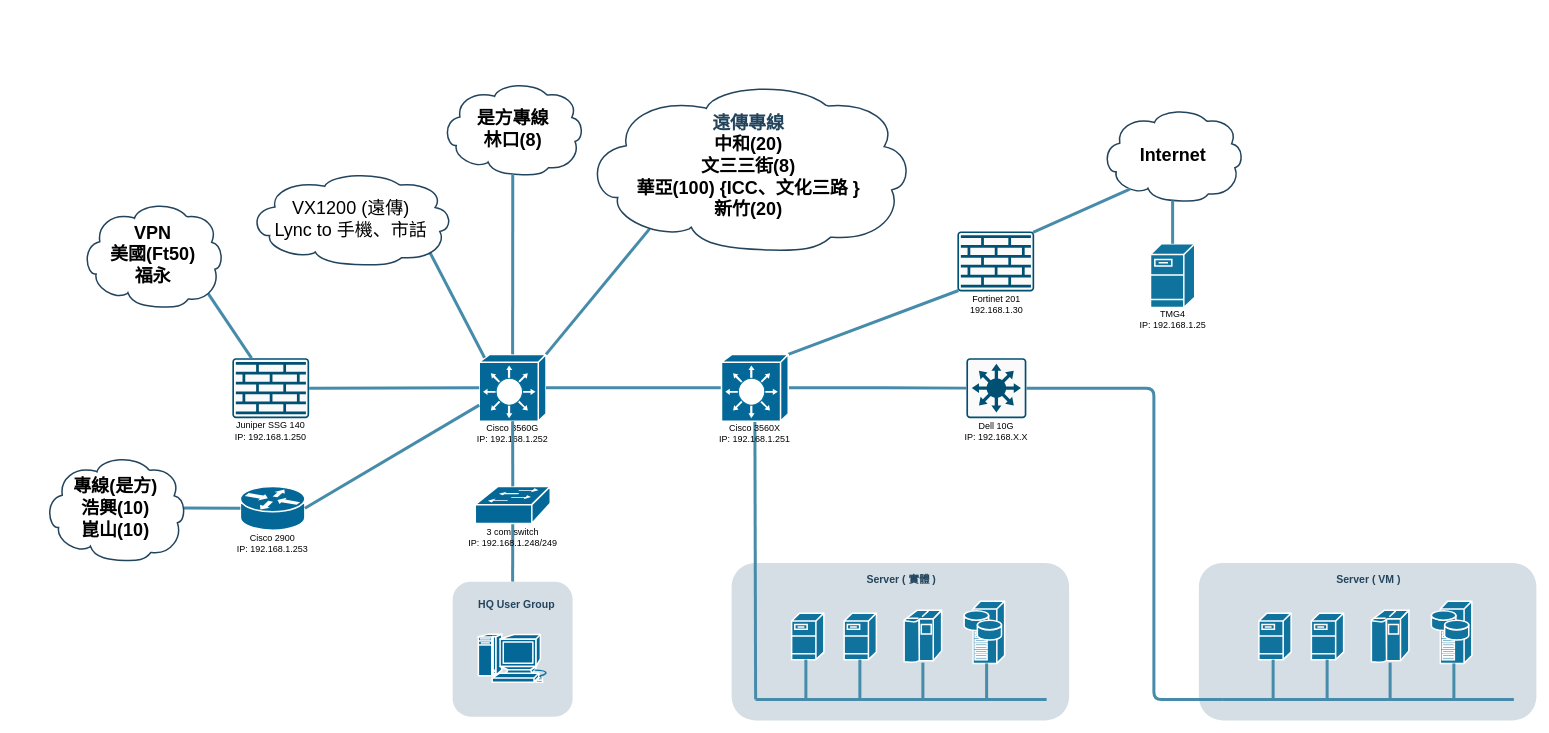
The draw.io diagram HQ.drawio in KevinKuo2519/AI-Prpgram, before the edit. Source tidied: cells renumbered, new cells numbered last; positions are measured from the earlier drawing's top-left corner, leaving out a move shared by most shapes. Both pictures are drawn from the tidied source at 75%, with x=0, y=0 at pixel (44, 81).
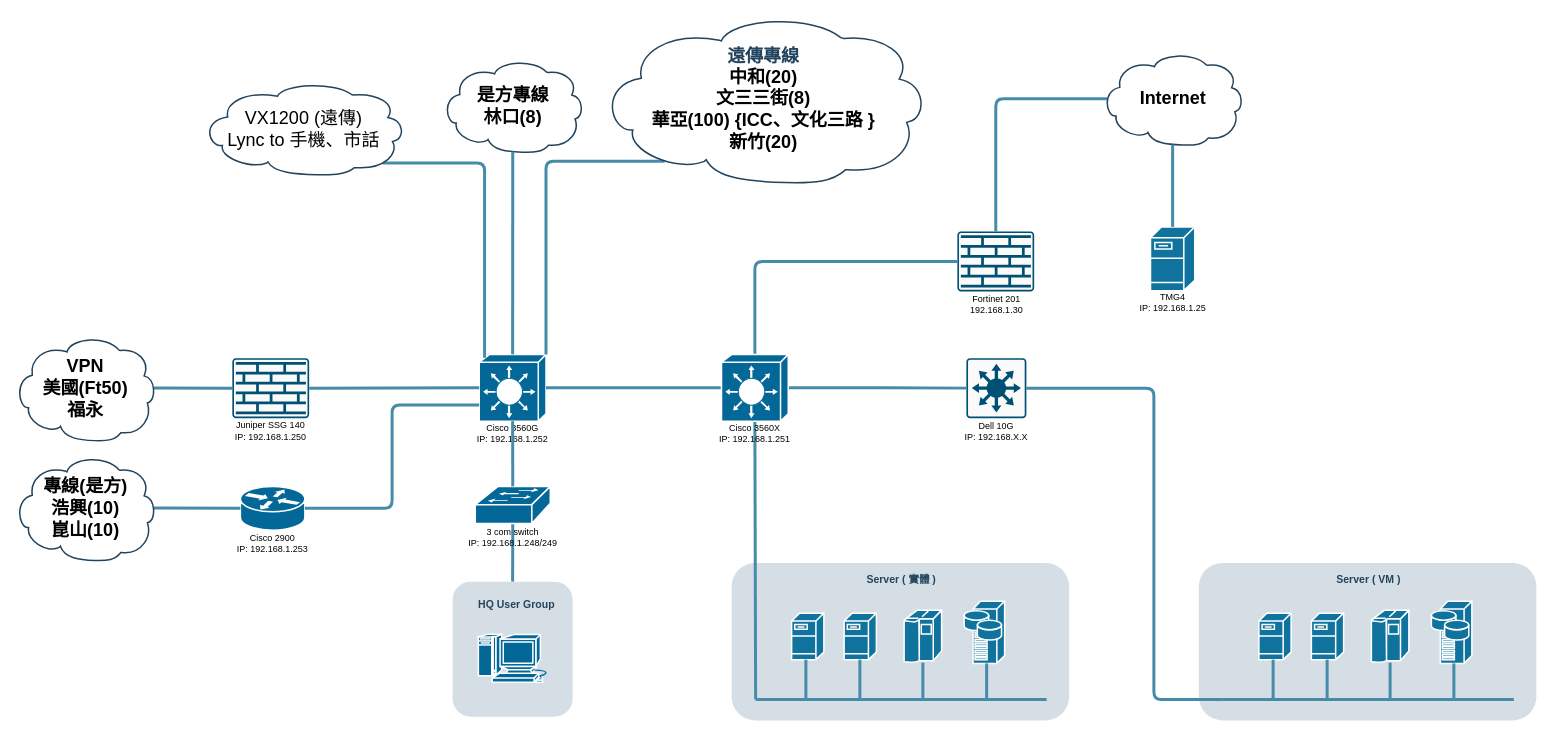
The same page after the edit.

Unchanged cells that the change refers to:
```xml
<mxCell id="16" style="sketch=0;points=[[0.015,0.015,0],[0.985,0.015,0],[0.985,0.985,0],[0.015,0.985,0],[0.25,0,0],[0.5,0,0],[0.75,0,0],[1,0.25,0],[1,0.5,0],[1,0.75,0],[0.75,1,0],[0.5,1,0],[0.25,1,0],[0,0.75,0],[0,0.5,0],[0,0.25,0]];verticalLabelPosition=bottom;html=1;verticalAlign=top;align=center;shape=mxgraph.cisco19.rect;prIcon=firewall;fillColor=#FAFAFA;strokeColor=#005073;" parent="15" vertex="1">
  <mxGeometry x="1.3" width="102.4" height="80" as="geometry" />
</mxCell>
<mxCell id="19" style="shape=mxgraph.cisco.switches.layer_3_switch;sketch=0;html=1;dashed=0;fillColor=#036897;strokeColor=#ffffff;strokeWidth=2;verticalLabelPosition=bottom;verticalAlign=top;align=center;outlineConnect=0;points=[[0,0.5,0,0,0],[0,0.76,0,0,0],[0,1,0,0,0],[0.08,0.05,0,0,0],[0.29,0,0,0,0],[0.5,0,0,0,0],[0.5,1,0,0,0],[0.82,0,0,0,0],[0.95,0.94,0,0,0],[1,0,0,0,0],[1,0.5,0,0,0]];" parent="18" vertex="1">
  <mxGeometry x="10.5" width="89" height="89" as="geometry" />
</mxCell>
<mxCell id="28" style="shape=mxgraph.cisco.routers.router;sketch=0;html=1;dashed=0;fillColor=#036897;strokeColor=#ffffff;strokeWidth=2;verticalLabelPosition=bottom;verticalAlign=top;align=center;outlineConnect=0;" parent="27" vertex="1">
  <mxGeometry x="7" width="86" height="58.4" as="geometry" />
</mxCell>
<mxCell id="31" style="sketch=0;points=[[0.015,0.015,0],[0.985,0.015,0],[0.985,0.985,0],[0.015,0.985,0],[0.25,0,0],[0.5,0,0],[0.75,0,0],[1,0.25,0],[1,0.5,0],[1,0.75,0],[0.75,1,0],[0.5,1,0],[0.25,1,0],[0,0.75,0],[0,0.5,0],[0,0.25,0]];verticalLabelPosition=bottom;html=1;verticalAlign=top;align=center;shape=mxgraph.cisco19.rect;prIcon=firewall;fillColor=#FAFAFA;strokeColor=#005073;" parent="30" vertex="1">
  <mxGeometry x="0.5" width="102.4" height="80" as="geometry" />
</mxCell>
<mxCell id="65" style="shape=mxgraph.cisco.switches.layer_3_switch;sketch=0;html=1;dashed=0;fillColor=#036897;strokeColor=#ffffff;strokeWidth=2;verticalLabelPosition=bottom;verticalAlign=top;align=center;outlineConnect=0;" parent="64" vertex="1">
  <mxGeometry x="10.5" width="89" height="89" as="geometry" />
</mxCell>
```

The edit, as a diff of the source:
```diff
@@
-    <mxCell id="33" style="rounded=1;jettySize=auto;html=1;exitX=1;exitY=0.5;exitDx=0;exitDy=0;exitPerimeter=0;entryX=0;entryY=0.76;entryDx=0;entryDy=0;entryPerimeter=0;strokeColor=#468CAA;strokeWidth=4;endArrow=none;endFill=0;" parent="1" edge="1" source="28" target="19">
+    <mxCell id="33" style="rounded=1;jettySize=auto;html=1;exitX=1;exitY=0.5;exitDx=0;exitDy=0;exitPerimeter=0;entryX=0;entryY=0.76;entryDx=0;entryDy=0;entryPerimeter=0;strokeColor=#468CAA;strokeWidth=4;endArrow=none;endFill=0;edgeStyle=orthogonalEdgeStyle;" parent="1" edge="1" source="28" target="19">
       <mxGeometry relative="1" as="geometry" />
     </mxCell>
-    <mxCell id="34" style="rounded=1;jettySize=auto;html=1;exitX=0.015;exitY=0.985;exitDx=0;exitDy=0;exitPerimeter=0;entryX=1;entryY=0;entryDx=0;entryDy=0;entryPerimeter=0;endArrow=none;endFill=0;strokeWidth=4;strokeColor=#468CAA;" parent="1" edge="1" source="31" target="65">
+    <mxCell id="34" style="rounded=1;jettySize=auto;html=1;exitX=0;exitY=0.5;exitDx=0;exitDy=0;exitPerimeter=0;entryX=0.5;entryY=0;entryDx=0;entryDy=0;entryPerimeter=0;endArrow=none;endFill=0;strokeWidth=4;strokeColor=#468CAA;edgeStyle=orthogonalEdgeStyle;" parent="1" edge="1" source="31" target="65">
       <mxGeometry relative="1" as="geometry" />
     </mxCell>
@@
-    <mxCell id="48" style="rounded=1;jettySize=auto;html=1;exitX=0.2;exitY=0.87;exitDx=0;exitDy=0;exitPerimeter=0;entryX=1;entryY=0;entryDx=0;entryDy=0;entryPerimeter=0;strokeColor=#468CAA;strokeWidth=4;endArrow=none;endFill=0;" parent="1" edge="1" source="49" target="19">
+    <mxCell id="48" style="rounded=1;jettySize=auto;html=1;exitX=0.2;exitY=0.87;exitDx=0;exitDy=0;exitPerimeter=0;entryX=1;entryY=0;entryDx=0;entryDy=0;entryPerimeter=0;strokeColor=#468CAA;strokeWidth=4;endArrow=none;endFill=0;edgeStyle=orthogonalEdgeStyle;" parent="1" edge="1" source="49" target="19">
       <mxGeometry relative="1" as="geometry" />
     </mxCell>
     <mxCell id="49" value="&lt;p style=&quot;margin-top: 0pt; margin-bottom: 0pt; margin-left: 0in; direction: ltr; unicode-bidi: embed; word-break: normal; font-size: 23px;&quot;&gt;&lt;/p&gt;&lt;p style=&quot;margin-top: 0pt; margin-bottom: 0pt; margin-left: 0in; direction: ltr; unicode-bidi: embed; word-break: normal;&quot;&gt;遠傳專線&lt;/p&gt;&lt;span style=&quot;background-color: initial; font-size: 18pt; color: black;&quot;&gt;中和&lt;/span&gt;&lt;span style=&quot;background-color: initial; font-family: 微軟正黑體; color: black;&quot;&gt;(20)&lt;/span&gt;&lt;br&gt;&lt;span style=&quot;background-color: initial; font-size: 18pt; color: black;&quot;&gt;文三三街&lt;/span&gt;&lt;span style=&quot;background-color: initial; font-family: 微軟正黑體; color: black;&quot;&gt;(8)&lt;/span&gt;&lt;br&gt;&lt;p style=&quot;margin-top: 0pt; margin-bottom: 0pt; margin-left: 0in; direction: ltr; unicode-bidi: embed; word-break: normal;&quot;&gt;&lt;span style=&quot;font-size:18.0pt;&lt;br/&gt;font-family:微軟正黑體;mso-ascii-font-family:微軟正黑體;mso-fareast-font-family:微軟正黑體;&lt;br/&gt;mso-bidi-font-family:+mn-cs;mso-bidi-theme-font:minor-bidi;color:black;&lt;br/&gt;mso-color-index:1;mso-font-kerning:12.0pt;language:zh-TW;mso-style-textfill-type:&lt;br/&gt;solid;mso-style-textfill-fill-themecolor:text1;mso-style-textfill-fill-color:&lt;br/&gt;black;mso-style-textfill-fill-alpha:100.0%&quot;&gt;華亞&lt;/span&gt;&lt;span style=&quot;font-size:&lt;br/&gt;18.0pt;font-family:微軟正黑體;mso-ascii-font-family:微軟正黑體;mso-fareast-font-family:&lt;br/&gt;微軟正黑體;mso-bidi-font-family:+mn-cs;mso-bidi-theme-font:minor-bidi;color:black;&lt;br/&gt;mso-color-index:1;mso-font-kerning:12.0pt;language:en-US;mso-style-textfill-type:&lt;br/&gt;solid;mso-style-textfill-fill-themecolor:text1;mso-style-textfill-fill-color:&lt;br/&gt;black;mso-style-textfill-fill-alpha:100.0%&quot;&gt;(100)&lt;/span&gt;&lt;span style=&quot;font-size:&lt;br/&gt;18.0pt;font-family:微軟正黑體;mso-ascii-font-family:微軟正黑體;mso-fareast-font-family:&lt;br/&gt;微軟正黑體;mso-bidi-font-family:+mn-cs;mso-bidi-theme-font:minor-bidi;color:black;&lt;br/&gt;mso-color-index:1;mso-font-kerning:12.0pt;language:zh-TW;mso-style-textfill-type:&lt;br/&gt;solid;mso-style-textfill-fill-themecolor:text1;mso-style-textfill-fill-color:&lt;br/&gt;black;mso-style-textfill-fill-alpha:100.0%&quot;&gt; &lt;/span&gt;&lt;span style=&quot;font-size:&lt;br/&gt;18.0pt;font-family:微軟正黑體;mso-ascii-font-family:微軟正黑體;mso-fareast-font-family:&lt;br/&gt;微軟正黑體;mso-bidi-font-family:+mn-cs;mso-bidi-theme-font:minor-bidi;color:black;&lt;br/&gt;mso-color-index:1;mso-font-kerning:12.0pt;language:en-US;mso-style-textfill-type:&lt;br/&gt;solid;mso-style-textfill-fill-themecolor:text1;mso-style-textfill-fill-color:&lt;br/&gt;black;mso-style-textfill-fill-alpha:100.0%&quot;&gt;{ICC&lt;/span&gt;&lt;span style=&quot;font-size:&lt;br/&gt;18.0pt;font-family:微軟正黑體;mso-ascii-font-family:微軟正黑體;mso-fareast-font-family:&lt;br/&gt;微軟正黑體;mso-bidi-font-family:+mn-cs;mso-bidi-theme-font:minor-bidi;color:black;&lt;br/&gt;mso-color-index:1;mso-font-kerning:12.0pt;language:zh-TW;mso-style-textfill-type:&lt;br/&gt;solid;mso-style-textfill-fill-themecolor:text1;mso-style-textfill-fill-color:&lt;br/&gt;black;mso-style-textfill-fill-alpha:100.0%&quot;&gt;、文化三路 &lt;/span&gt;&lt;span style=&quot;font-size:18.0pt;font-family:微軟正黑體;mso-ascii-font-family:微軟正黑體;&lt;br/&gt;mso-fareast-font-family:微軟正黑體;mso-bidi-font-family:+mn-cs;mso-bidi-theme-font:&lt;br/&gt;minor-bidi;color:black;mso-color-index:1;mso-font-kerning:12.0pt;language:en-US;&lt;br/&gt;mso-style-textfill-type:solid;mso-style-textfill-fill-themecolor:text1;&lt;br/&gt;mso-style-textfill-fill-color:black;mso-style-textfill-fill-alpha:100.0%&quot;&gt;}&lt;/span&gt;&lt;/p&gt;&lt;p style=&quot;margin-top: 0pt; margin-bottom: 0pt; margin-left: 0in; direction: ltr; unicode-bidi: embed; word-break: normal;&quot;&gt;&lt;span style=&quot;background-color: initial; font-size: 18pt; font-family: 微軟正黑體; color: black;&quot;&gt;新竹&lt;/span&gt;&lt;span style=&quot;background-color: initial; font-size: 18pt; font-family: 微軟正黑體; color: black;&quot;&gt;(20)&lt;/span&gt;&lt;br&gt;&lt;/p&gt;" style="shape=mxgraph.cisco.storage.cloud;html=1;dashed=0;strokeColor=#23445D;fillColor=#ffffff;strokeWidth=2;fontFamily=Helvetica;fontSize=24;fontColor=#23445D;align=center;fontStyle=1;" parent="1" vertex="1">
-      <mxGeometry x="720" width="438" height="226" as="geometry" />
+      <mxGeometry x="740" y="-90" width="438" height="226" as="geometry" />
     </mxCell>
     <mxCell id="50" value="&lt;p style=&quot;margin-top: 0pt; margin-bottom: 0pt; margin-left: 0in; direction: ltr; unicode-bidi: embed; word-break: normal; font-size: 23px;&quot;&gt;&lt;/p&gt;&lt;p style=&quot;margin-top: 0pt; margin-bottom: 0pt; margin-left: 0in; direction: ltr; unicode-bidi: embed; word-break: normal;&quot;&gt;&lt;font color=&quot;#000000&quot;&gt;是方專線&lt;/font&gt;&lt;/p&gt;&lt;p style=&quot;margin-top: 0pt; margin-bottom: 0pt; margin-left: 0in; direction: ltr; unicode-bidi: embed; word-break: normal;&quot;&gt;&lt;span style=&quot;color: rgb(0, 0, 0); background-color: initial; font-size: 18pt;&quot;&gt;林口&lt;/span&gt;&lt;span style=&quot;color: rgb(0, 0, 0); background-color: initial; font-family: 微軟正黑體;&quot;&gt;(8)&lt;/span&gt;&lt;br&gt;&lt;/p&gt;" style="shape=mxgraph.cisco.storage.cloud;html=1;dashed=0;strokeColor=#23445D;fillColor=#ffffff;strokeWidth=2;fontFamily=Helvetica;fontSize=24;fontColor=#23445D;align=center;fontStyle=1;" parent="1" vertex="1">
-      <mxGeometry x="530.2" width="190" height="125" as="geometry" />
+      <mxGeometry x="530.2" y="-30" width="190" height="125" as="geometry" />
     </mxCell>
@@
-    <mxCell id="54" style="rounded=0;jettySize=auto;html=1;exitX=0.89;exitY=0.87;exitDx=0;exitDy=0;exitPerimeter=0;entryX=0.08;entryY=0.05;entryDx=0;entryDy=0;entryPerimeter=0;strokeColor=#468CAA;strokeWidth=4;endArrow=none;endFill=0;" parent="1" edge="1" source="55" target="19">
+    <mxCell id="54" style="rounded=1;jettySize=auto;html=1;exitX=0.89;exitY=0.87;exitDx=0;exitDy=0;exitPerimeter=0;entryX=0.08;entryY=0.05;entryDx=0;entryDy=0;entryPerimeter=0;strokeColor=#468CAA;strokeWidth=4;endArrow=none;endFill=0;edgeStyle=orthogonalEdgeStyle;" parent="1" edge="1" source="55" target="19">
       <mxGeometry relative="1" as="geometry" />
     </mxCell>
     <mxCell id="55" value="&lt;p style=&quot;margin-top: 0pt; margin-bottom: 0pt; margin-left: 0in; direction: ltr; unicode-bidi: embed; word-break: normal; font-size: 23px;&quot;&gt;&lt;/p&gt;&lt;p style=&quot;border-color: var(--border-color); color: rgb(0, 0, 0); font-weight: 400; margin-top: 0pt; margin-bottom: 0pt; margin-left: 0in; direction: ltr; unicode-bidi: embed; word-break: normal;&quot;&gt;&lt;font style=&quot;border-color: var(--border-color);&quot;&gt;VX1200&amp;nbsp;&lt;span style=&quot;border-color: var(--border-color); font-family: 微軟正黑體;&quot;&gt;(&lt;/span&gt;&lt;span style=&quot;border-color: var(--border-color); font-family: 微軟正黑體;&quot;&gt;遠傳&lt;/span&gt;&lt;span style=&quot;border-color: var(--border-color); font-family: 微軟正黑體;&quot;&gt;)&lt;/span&gt;&lt;/font&gt;&lt;/p&gt;&lt;p style=&quot;border-color: var(--border-color); color: rgb(0, 0, 0); font-weight: 400; margin-top: 0pt; margin-bottom: 0pt; margin-left: 0in; direction: ltr; unicode-bidi: embed; word-break: normal;&quot;&gt;&lt;font style=&quot;border-color: var(--border-color);&quot;&gt;Lync to&amp;nbsp;&lt;span style=&quot;border-color: var(--border-color); font-family: 微軟正黑體;&quot;&gt;手機、市話&lt;/span&gt;&lt;/font&gt;&lt;/p&gt;" style="shape=mxgraph.cisco.storage.cloud;html=1;dashed=0;strokeColor=#23445D;fillColor=#ffffff;strokeWidth=2;fontFamily=Helvetica;fontSize=24;fontColor=#23445D;align=center;fontStyle=1;" parent="1" vertex="1">
-      <mxGeometry x="273" y="120" width="272" height="125" as="geometry" />
+      <mxGeometry x="210" width="272" height="125" as="geometry" />
     </mxCell>
@@
-    <mxCell id="67" style="rounded=1;jettySize=auto;html=1;exitX=0.89;exitY=0.87;exitDx=0;exitDy=0;exitPerimeter=0;entryX=0.25;entryY=0;entryDx=0;entryDy=0;entryPerimeter=0;strokeColor=#468CAA;strokeWidth=4;endArrow=none;endFill=0;" parent="1" edge="1" source="68" target="16">
+    <mxCell id="67" style="rounded=1;jettySize=auto;html=1;exitX=0.98;exitY=0.5;exitDx=0;exitDy=0;exitPerimeter=0;entryX=0;entryY=0.5;entryDx=0;entryDy=0;entryPerimeter=0;strokeColor=#468CAA;strokeWidth=4;endArrow=none;endFill=0;" parent="1" edge="1" source="68" target="16">
       <mxGeometry relative="1" as="geometry" />
     </mxCell>
     <mxCell id="68" value="&lt;p style=&quot;margin-top: 0pt; margin-bottom: 0pt; margin-left: 0in; direction: ltr; unicode-bidi: embed; word-break: normal; font-size: 23px;&quot;&gt;&lt;/p&gt;&lt;p style=&quot;margin-top: 0pt; margin-bottom: 0pt; margin-left: 0in; direction: ltr; unicode-bidi: embed; word-break: normal;&quot;&gt;&lt;font color=&quot;#000000&quot;&gt;VPN&lt;/font&gt;&lt;/p&gt;&lt;p style=&quot;margin-top: 0pt; margin-bottom: 0pt; margin-left: 0in; direction: ltr; unicode-bidi: embed; word-break: normal;&quot;&gt;&lt;font color=&quot;#000000&quot;&gt;&lt;span style=&quot;font-size: 18pt;&quot;&gt;美國&lt;/span&gt;&lt;span style=&quot;font-family: 微軟正黑體;&quot;&gt;(Ft50)&lt;/span&gt;&lt;/font&gt;&lt;/p&gt;&lt;p style=&quot;margin-top: 0pt; margin-bottom: 0pt; margin-left: 0in; direction: ltr; unicode-bidi: embed; word-break: normal;&quot;&gt;&lt;span style=&quot;color: rgb(0, 0, 0); font-size: 18pt; background-color: initial;&quot;&gt;福永&lt;/span&gt;&lt;font color=&quot;#000000&quot;&gt;&lt;br&gt;&lt;/font&gt;&lt;/p&gt;" style="shape=mxgraph.cisco.storage.cloud;html=1;dashed=0;strokeColor=#23445D;fillColor=#ffffff;strokeWidth=2;fontFamily=Helvetica;fontSize=24;fontColor=#23445D;align=center;fontStyle=1;" parent="1" vertex="1">
-      <mxGeometry x="50" y="160" width="190" height="141.5" as="geometry" />
+      <mxGeometry x="-40" y="338.2" width="190" height="141.5" as="geometry" />
     </mxCell>
@@
     <mxCell id="70" value="&lt;p style=&quot;margin-top: 0pt; margin-bottom: 0pt; margin-left: 0in; direction: ltr; unicode-bidi: embed; word-break: normal; font-size: 23px;&quot;&gt;&lt;/p&gt;&lt;p style=&quot;margin-top: 0pt; margin-bottom: 0pt; margin-left: 0in; direction: ltr; unicode-bidi: embed; word-break: normal;&quot;&gt;&lt;font color=&quot;#000000&quot;&gt;專線&lt;span style=&quot;font-size: 18pt; font-family: 微軟正黑體;&quot;&gt;(&lt;/span&gt;&lt;span style=&quot;font-size: 18pt; font-family: 微軟正黑體;&quot;&gt;是方&lt;/span&gt;&lt;span style=&quot;font-size: 18pt; font-family: 微軟正黑體;&quot;&gt;)&lt;/span&gt;&lt;/font&gt;&lt;/p&gt;&lt;p style=&quot;margin-top: 0pt; margin-bottom: 0pt; margin-left: 0in; direction: ltr; unicode-bidi: embed; word-break: normal;&quot;&gt;&lt;font color=&quot;#000000&quot;&gt;&lt;span style=&quot;font-size: 18pt; font-family: 微軟正黑體;&quot;&gt;浩興&lt;/span&gt;&lt;span style=&quot;font-size: 18pt; font-family: 微軟正黑體;&quot;&gt;(10)&lt;/span&gt;&lt;/font&gt;&lt;/p&gt;&lt;p style=&quot;margin-top: 0pt; margin-bottom: 0pt; margin-left: 0in; direction: ltr; unicode-bidi: embed; word-break: normal;&quot;&gt;&lt;span style=&quot;color: rgb(0, 0, 0); background-color: initial; font-size: 18pt; font-family: 微軟正黑體;&quot;&gt;崑山&lt;/span&gt;&lt;span style=&quot;color: rgb(0, 0, 0); background-color: initial; font-size: 18pt; font-family: 微軟正黑體;&quot;&gt;(10)&lt;/span&gt;&lt;br&gt;&lt;/p&gt;" style="shape=mxgraph.cisco.storage.cloud;html=1;dashed=0;strokeColor=#23445D;fillColor=#ffffff;strokeWidth=2;fontFamily=Helvetica;fontSize=24;fontColor=#23445D;align=center;fontStyle=1;" parent="1" vertex="1">
-      <mxGeometry y="498" width="190" height="141.5" as="geometry" />
+      <mxGeometry x="-40" y="498" width="190" height="141.5" as="geometry" />
     </mxCell>
     <mxCell id="71" value="&lt;p style=&quot;margin-top: 0pt; margin-bottom: 0pt; margin-left: 0in; direction: ltr; unicode-bidi: embed; word-break: normal; font-size: 23px;&quot;&gt;&lt;/p&gt;&lt;p style=&quot;margin-top: 0pt; margin-bottom: 0pt; margin-left: 0in; direction: ltr; unicode-bidi: embed; word-break: normal;&quot;&gt;&lt;font color=&quot;#000000&quot;&gt;Internet&lt;/font&gt;&lt;/p&gt;" style="shape=mxgraph.cisco.storage.cloud;html=1;dashed=0;strokeColor=#23445D;fillColor=#ffffff;strokeWidth=2;fontFamily=Helvetica;fontSize=24;fontColor=#23445D;align=center;fontStyle=1;" parent="1" vertex="1">
-      <mxGeometry x="1410" y="35" width="190" height="125" as="geometry" />
+      <mxGeometry x="1410" y="-39.5" width="190" height="125" as="geometry" />
     </mxCell>
-    <mxCell id="72" style="rounded=1;jettySize=auto;html=1;exitX=0.985;exitY=0.015;exitDx=0;exitDy=0;exitPerimeter=0;entryX=0.2;entryY=0.87;entryDx=0;entryDy=0;entryPerimeter=0;strokeColor=#468CAA;endArrow=none;endFill=0;strokeWidth=4;" parent="1" edge="1" source="31" target="71">
-      <mxGeometry relative="1" as="geometry" />
+    <mxCell id="72" style="rounded=1;jettySize=auto;html=1;exitX=0.5;exitY=0;exitDx=0;exitDy=0;exitPerimeter=0;entryX=0.04;entryY=0.5;entryDx=0;entryDy=0;entryPerimeter=0;strokeColor=#468CAA;endArrow=none;endFill=0;strokeWidth=4;edgeStyle=orthogonalEdgeStyle;" parent="1" edge="1" source="31" target="71">
+      <mxGeometry relative="1" as="geometry">
+        <Array as="points">
+          <mxPoint x="1269" y="23" />
+        </Array>
+      </mxGeometry>
     </mxCell>
     <mxCell id="73" style="group;" parent="1" vertex="1">
-      <mxGeometry x="1452.5" y="216.5" width="105" height="115.5" as="geometry" />
+      <mxGeometry x="1452.5" y="194" width="105" height="115.5" as="geometry" />
     </mxCell>
```
